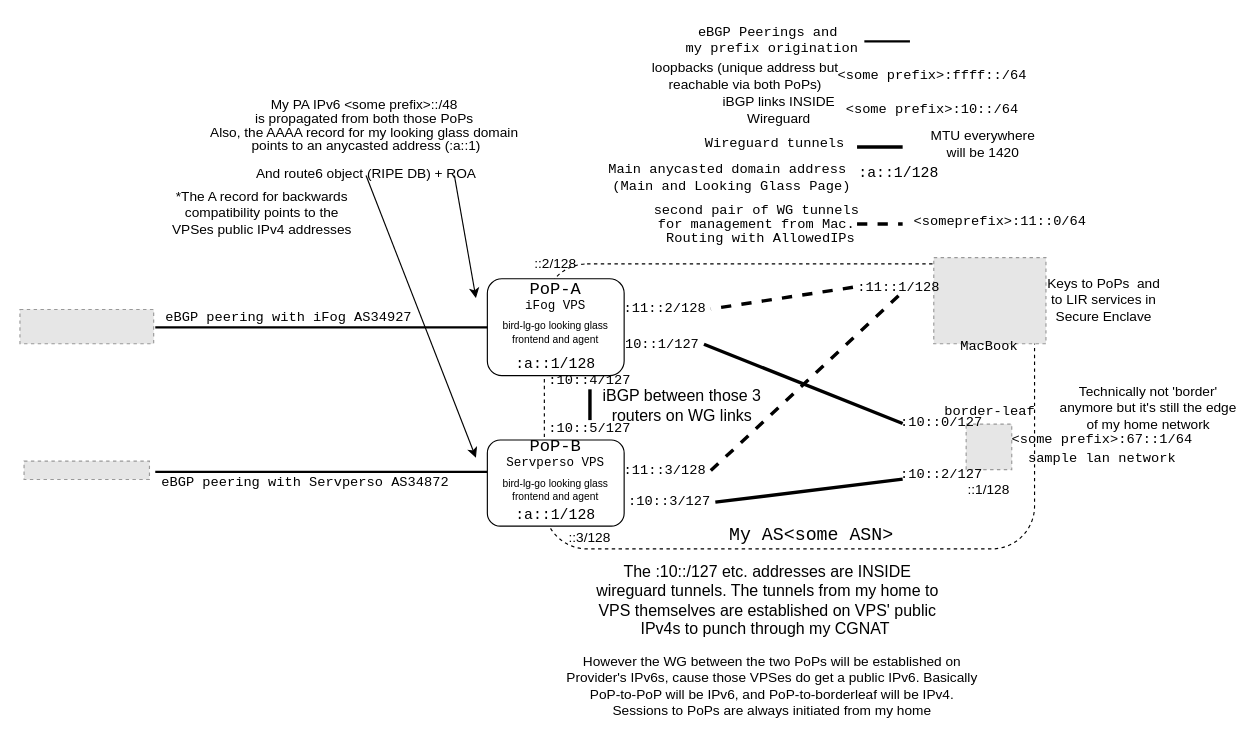
The draw.io diagram media/ownassimplified.drawio in Andreansx/Networking-lab, before the edit. Source tidied: cells renumbered, new cells numbered last; positions are measured from the earlier drawing's top-left corner, leaving out a move shared by most shapes. Both pictures are drawn from the tidied source at 114%, with x=0, y=0 at pixel (19, 24). Pictures stored in the file or linked from it are replaced by grey dashed boxes.
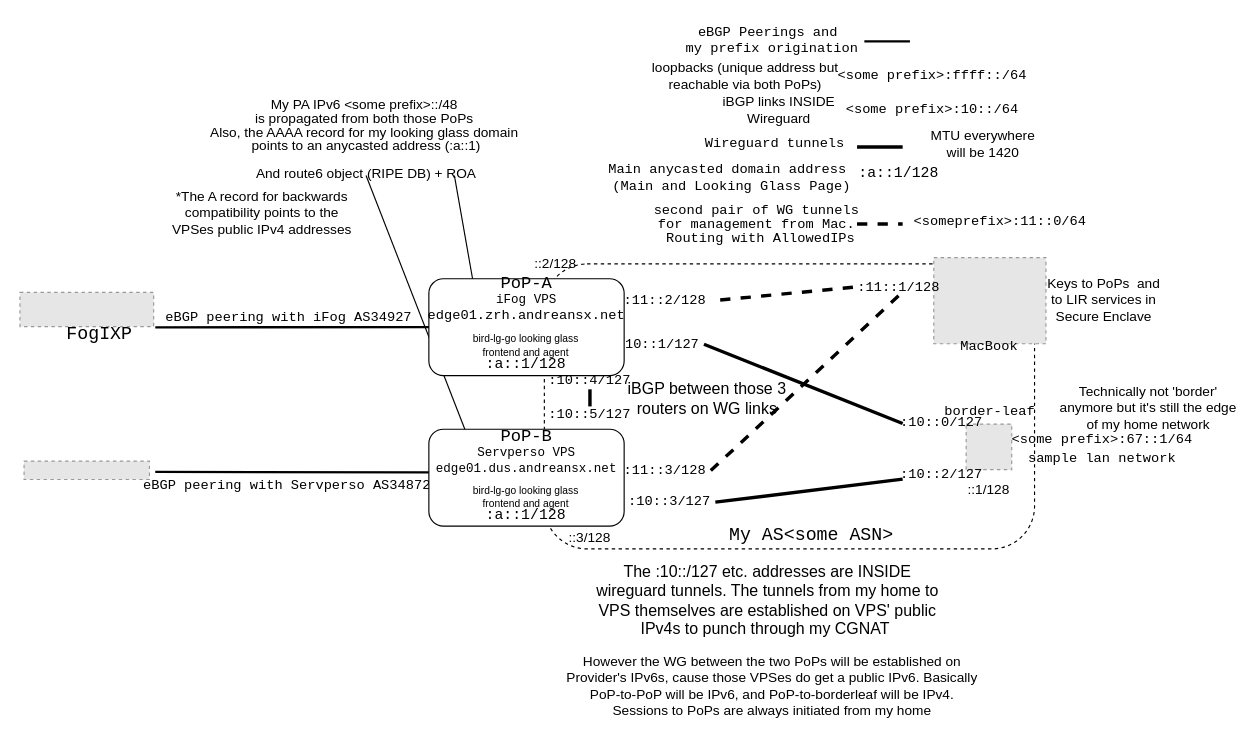
After the change.

Change to the diagram source:
```diff
@@
     <mxCell id="5" style="fillColor=#E6E6E6;strokeColor=#999999;dashed=1;verticalLabelPosition=bottom;verticalAlign=top;" parent="1" vertex="1">
-      <mxGeometry y="250" width="117.3" height="30" as="geometry" />
+      <mxGeometry y="235" width="117.3" height="30" as="geometry" />
     </mxCell>
@@
     <mxCell id="7" value="&lt;div style=&quot;line-height: 10%;&quot;&gt;&lt;pre&gt;eBGP peering with Servperso AS34872&lt;/pre&gt;&lt;/div&gt;" style="text;html=1;whiteSpace=wrap;strokeColor=none;fillColor=none;align=center;verticalAlign=middle;rounded=0;" parent="1" vertex="1">
-      <mxGeometry x="170" y="387.2" width="161.4" height="30" as="geometry" />
+      <mxGeometry x="113.7" y="390" width="241.3" height="30" as="geometry" />
     </mxCell>
@@
     <mxCell id="10" value="&lt;p&gt;&lt;font style=&quot;font-size: 14px;&quot;&gt;iBGP between those 3 routers on WG links&lt;/font&gt;&lt;/p&gt;" style="text;html=1;whiteSpace=wrap;strokeColor=none;fillColor=none;align=center;verticalAlign=middle;rounded=0;" parent="1" vertex="1">
-      <mxGeometry x="500.7" y="319" width="160" height="30" as="geometry" />
+      <mxGeometry x="523" y="312.5" width="160" height="30" as="geometry" />
     </mxCell>
@@
     <mxCell id="25" value="&lt;pre&gt;:10::5/127&lt;/pre&gt;" style="text;html=1;whiteSpace=wrap;strokeColor=none;fillColor=none;align=center;verticalAlign=middle;rounded=0;fontColor=light-dark(#000000,#FF3399);" parent="1" vertex="1">
-      <mxGeometry x="460" y="347" width="80" height="15" as="geometry" />
+      <mxGeometry x="460" y="335" width="80" height="15" as="geometry" />
     </mxCell>
@@
-    <mxCell id="33" style="endArrow=none;html=1;rounded=0;exitX=1;exitY=0.5;exitDx=0;exitDy=0;strokeWidth=2;strokeColor=light-dark(#000000,#99FF33);" parent="1" edge="1">
+    <mxCell id="33" style="endArrow=none;html=1;rounded=0;exitX=1;exitY=0.5;exitDx=0;exitDy=0;strokeWidth=2;strokeColor=light-dark(#000000,#99FF33);entryX=0.004;entryY=0.445;entryDx=0;entryDy=0;entryPerimeter=0;" parent="1" edge="1" target="41">
       <mxGeometry relative="1" as="geometry">
         <mxPoint x="118.7" y="392.5" as="sourcePoint" />
-        <mxPoint x="410" y="392.5" as="targetPoint" />
       </mxGeometry>
     </mxCell>
@@
     <mxCell id="38" style="rounded=1;whiteSpace=wrap;html=1;" parent="1" vertex="1">
-      <mxGeometry x="410" y="223" width="120" height="85" as="geometry" />
+      <mxGeometry x="358.7" y="223" width="171.3" height="85" as="geometry" />
     </mxCell>
-    <mxCell id="39" value="&lt;div style=&quot;line-height: 10%;&quot;&gt;&lt;pre&gt;&lt;font style=&quot;font-size: 15px;&quot;&gt;PoP-A&lt;/font&gt;&lt;/pre&gt;&lt;pre&gt;&lt;font style=&quot;font-size: 11px;&quot;&gt;iFog VPS&lt;/font&gt;&lt;/pre&gt;&lt;/div&gt;" style="text;html=1;whiteSpace=wrap;strokeColor=none;fillColor=none;align=center;verticalAlign=middle;rounded=0;fontColor=light-dark(#000000,#BD145D);" parent="1" vertex="1">
-      <mxGeometry x="410" y="225" width="120" height="30" as="geometry" />
+    <mxCell id="39" value="&lt;div style=&quot;line-height: 10%;&quot;&gt;&lt;pre&gt;&lt;font style=&quot;font-size: 15px;&quot;&gt;PoP-A&lt;/font&gt;&lt;/pre&gt;&lt;pre&gt;&lt;font style=&quot;font-size: 11px;&quot;&gt;iFog VPS&lt;/font&gt;&lt;/pre&gt;&lt;pre&gt;edge01.zrh.andreansx.net&lt;/pre&gt;&lt;/div&gt;" style="text;html=1;whiteSpace=wrap;strokeColor=none;fillColor=none;align=center;verticalAlign=middle;rounded=0;fontColor=light-dark(#000000,#BD145D);" parent="1" vertex="1">
+      <mxGeometry x="358.7" y="227.2" width="171.3" height="30" as="geometry" />
     </mxCell>
     <mxCell id="40" value="&lt;div style=&quot;line-height: 90%;&quot;&gt;&lt;font style=&quot;font-size: 9px; line-height: 90%;&quot;&gt;bird-lg-go&amp;nbsp;&lt;/font&gt;&lt;span style=&quot;font-size: 9px;&quot;&gt;looking glass frontend and agent&lt;/span&gt;&lt;/div&gt;" style="text;html=1;whiteSpace=wrap;strokeColor=none;fillColor=none;align=center;verticalAlign=middle;rounded=0;fontColor=light-dark(#000000,#BD145D);" parent="1" vertex="1">
-      <mxGeometry x="410" y="255" width="120" height="30" as="geometry" />
+      <mxGeometry x="384.3" y="273" width="120" height="15" as="geometry" />
     </mxCell>
     <mxCell id="41" style="rounded=1;whiteSpace=wrap;html=1;" parent="1" vertex="1">
-      <mxGeometry x="410" y="364.5" width="120" height="75.5" as="geometry" />
+      <mxGeometry x="358.7" y="355" width="171.3" height="85" as="geometry" />
     </mxCell>
-    <mxCell id="42" value="&lt;div style=&quot;line-height: 10%;&quot;&gt;&lt;pre&gt;&lt;font style=&quot;font-size: 15px;&quot;&gt;PoP-B&lt;/font&gt;&lt;/pre&gt;&lt;pre&gt;&lt;span style=&quot;font-size: 11px;&quot;&gt;Servperso VPS&lt;/span&gt;&lt;/pre&gt;&lt;/div&gt;" style="text;html=1;whiteSpace=wrap;strokeColor=none;fillColor=none;align=center;verticalAlign=middle;rounded=0;fontColor=light-dark(#000000,#5964FF);" parent="1" vertex="1">
-      <mxGeometry x="410" y="362.5" width="120" height="30" as="geometry" />
+    <mxCell id="42" value="&lt;div style=&quot;line-height: 10%;&quot;&gt;&lt;pre&gt;&lt;font style=&quot;font-size: 15px;&quot;&gt;PoP-B&lt;/font&gt;&lt;/pre&gt;&lt;pre&gt;&lt;span style=&quot;font-size: 11px;&quot;&gt;Servperso VPS&lt;/span&gt;&lt;/pre&gt;&lt;pre&gt;&lt;span style=&quot;font-size: 11px;&quot;&gt;edge01.dus.andreansx.net&lt;/span&gt;&lt;/pre&gt;&lt;/div&gt;" style="text;html=1;whiteSpace=wrap;strokeColor=none;fillColor=none;align=center;verticalAlign=middle;rounded=0;fontColor=light-dark(#000000,#5964FF);" parent="1" vertex="1">
+      <mxGeometry x="358.7" y="360.5" width="171.3" height="30" as="geometry" />
     </mxCell>
     <mxCell id="43" value="&lt;div style=&quot;line-height: 90%;&quot;&gt;&lt;font style=&quot;font-size: 9px; line-height: 90%;&quot;&gt;bird-lg-go&amp;nbsp;&lt;/font&gt;&lt;span style=&quot;font-size: 9px;&quot;&gt;looking glass frontend and agent&lt;/span&gt;&lt;/div&gt;" style="text;html=1;whiteSpace=wrap;strokeColor=none;fillColor=none;align=center;verticalAlign=middle;rounded=0;fontColor=light-dark(#000000,#5964FF);" parent="1" vertex="1">
-      <mxGeometry x="410" y="392.5" width="120" height="30" as="geometry" />
+      <mxGeometry x="384.3" y="406.4" width="120" height="16.1" as="geometry" />
     </mxCell>
@@
     <mxCell id="45" value="&lt;pre&gt;&lt;font style=&quot;font-size: 13px; color: light-dark(rgb(0, 0, 0), rgb(0, 255, 128));&quot;&gt;:a::1/128&lt;/font&gt;&lt;/pre&gt;" style="text;html=1;whiteSpace=wrap;strokeColor=none;fillColor=none;align=center;verticalAlign=middle;rounded=0;" parent="1" vertex="1">
-      <mxGeometry x="430" y="420" width="80" height="20" as="geometry" />
+      <mxGeometry x="404.3" y="420" width="80" height="20" as="geometry" />
     </mxCell>
     <mxCell id="46" value="&lt;pre&gt;&lt;font style=&quot;font-size: 13px; color: light-dark(rgb(0, 0, 0), rgb(0, 255, 128));&quot;&gt;:a::1/128&lt;/font&gt;&lt;/pre&gt;" style="text;html=1;whiteSpace=wrap;strokeColor=none;fillColor=none;align=center;verticalAlign=middle;rounded=0;" parent="1" vertex="1">
-      <mxGeometry x="430" y="290" width="80" height="15" as="geometry" />
+      <mxGeometry x="404.3" y="290" width="80" height="15" as="geometry" />
     </mxCell>
@@
-    <mxCell id="49" style="endArrow=none;html=1;rounded=0;exitX=1;exitY=0.5;exitDx=0;exitDy=0;strokeWidth=2;strokeColor=light-dark(#000000,#99FF33);" parent="1" edge="1">
+    <mxCell id="49" style="endArrow=none;html=1;rounded=0;exitX=1;exitY=0.5;exitDx=0;exitDy=0;strokeWidth=2;strokeColor=light-dark(#000000,#99FF33);entryX=0;entryY=0.5;entryDx=0;entryDy=0;" parent="1" edge="1" target="38">
       <mxGeometry relative="1" as="geometry">
         <mxPoint x="118.7" y="265.6" as="sourcePoint" />
-        <mxPoint x="410" y="265.6" as="targetPoint" />
       </mxGeometry>
     </mxCell>
@@
     <mxCell id="59" value="&lt;pre&gt;:11::2/128&lt;/pre&gt;" style="text;html=1;whiteSpace=wrap;strokeColor=none;fillColor=none;align=center;verticalAlign=middle;rounded=0;fontColor=light-dark(#000000,#B266FF);" parent="1" vertex="1">
-      <mxGeometry x="526" y="242" width="80" height="15" as="geometry" />
+      <mxGeometry x="525.7" y="235" width="80" height="15" as="geometry" />
     </mxCell>
@@
+    <mxCell id="63" value="&lt;pre&gt;&lt;font style=&quot;font-size: 16px;&quot;&gt;FogIXP&lt;/font&gt;&lt;/pre&gt;" style="text;html=1;whiteSpace=wrap;strokeColor=none;fillColor=none;align=center;verticalAlign=middle;rounded=0;" parent="1" vertex="1">
+      <mxGeometry x="40" y="257" width="60" height="30" as="geometry" />
+    </mxCell>
```
